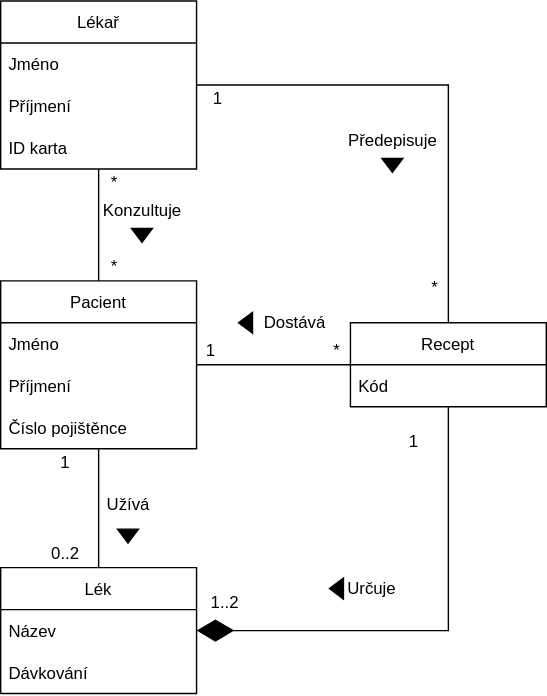
The draw.io diagram 25032022.2.drawio.svg in hongolem/Diagrams, before a commit. Source tidied: cells renumbered, new cells last; positions are measured from the earlier drawing's top-left corner, leaving out a move shared by most shapes.
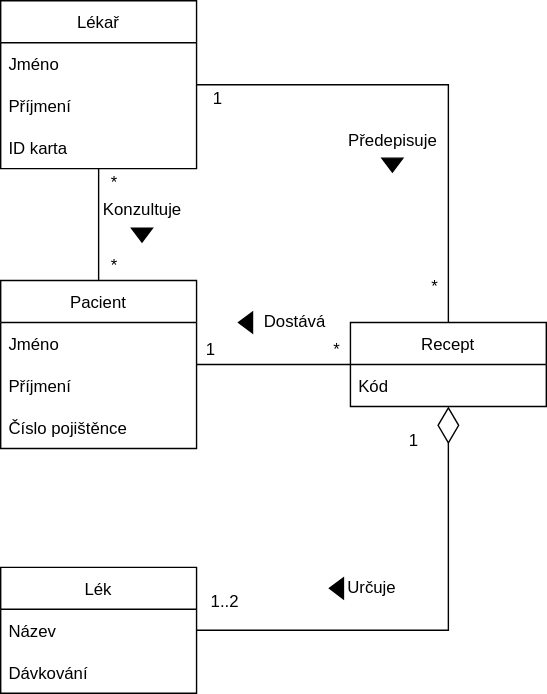
After the commit.

The edit, as a diff of the source:
```diff
@@ -50,18 +50,6 @@
     <mxCell id="17" value="Dávkování" style="text;strokeColor=none;fillColor=none;align=left;verticalAlign=middle;spacingLeft=4;spacingRight=4;overflow=hidden;" parent="15" vertex="1">
       <mxGeometry y="60" width="140" height="30" as="geometry" />
     </mxCell>
-    <mxCell id="18" style="triangle;whiteSpace=wrap;html=1;fillColor=#000000;rotation=90;" parent="1" vertex="1">
-      <mxGeometry x="86" y="375" width="10" height="15" as="geometry" />
-    </mxCell>
-    <mxCell id="19" value="Užívá" style="text;html=1;align=center;verticalAlign=middle;strokeColor=none;fillColor=none;" parent="1" vertex="1">
-      <mxGeometry x="66" y="350" width="50" height="20" as="geometry" />
-    </mxCell>
-    <mxCell id="20" value="0..2" style="text;html=1;align=center;verticalAlign=middle;strokeColor=none;fillColor=none;" parent="1" vertex="1">
-      <mxGeometry x="26" y="385" width="40" height="20" as="geometry" />
-    </mxCell>
-    <mxCell id="21" value="1" style="text;html=1;align=center;verticalAlign=middle;strokeColor=none;fillColor=none;" parent="1" vertex="1">
-      <mxGeometry x="36" y="320" width="20" height="20" as="geometry" />
-    </mxCell>
     <mxCell id="22" value="Recept" style="swimlane;fontStyle=0;horizontal=1;startSize=30;" parent="1" vertex="1">
       <mxGeometry x="250" y="230" width="140" height="60" as="geometry" />
     </mxCell>
@@ -81,9 +69,6 @@
     <mxCell id="26" value="Předepisuje" style="text;html=1;align=center;verticalAlign=middle;strokeColor=none;fillColor=none;" parent="1" vertex="1">
       <mxGeometry x="240" y="90" width="80" height="20" as="geometry" />
     </mxCell>
-    <mxCell id="27" style="endArrow=none;html=1;rounded=0;" parent="1" edge="1" source="15" target="6">
-      <mxGeometry relative="1" as="geometry" />
-    </mxCell>
     <mxCell id="28" style="triangle;whiteSpace=wrap;html=1;fillColor=#000000;rotation=-180;" parent="1" vertex="1">
       <mxGeometry x="235" y="412.5" width="10" height="15" as="geometry" />
     </mxCell>
@@ -117,12 +102,12 @@
     <mxCell id="38" value="Dostává" style="text;html=1;align=center;verticalAlign=middle;strokeColor=none;fillColor=none;" parent="1" vertex="1">
       <mxGeometry x="180" y="220" width="60" height="20" as="geometry" />
     </mxCell>
-    <mxCell id="39" style="endArrow=diamondThin;endFill=1;endSize=24;html=1;rounded=0;" parent="1" edge="1" source="22" target="15">
-      <mxGeometry relative="1" as="geometry">
-        <Array as="points">
-          <mxPoint x="320" y="450" />
-        </Array>
-      </mxGeometry>
-    </mxCell>
+    <mxCell id="40" style="endArrow=diamondThin;endFill=0;endSize=24;html=1;rounded=0;" parent="1" edge="1" source="15" target="22">
+      <mxGeometry relative="1" as="geometry">
+        <Array as="points">
+          <mxPoint x="320" y="450" />
+        </Array>
+      </mxGeometry>
+    </mxCell>
   </root>
 </mxGraphModel>
```
